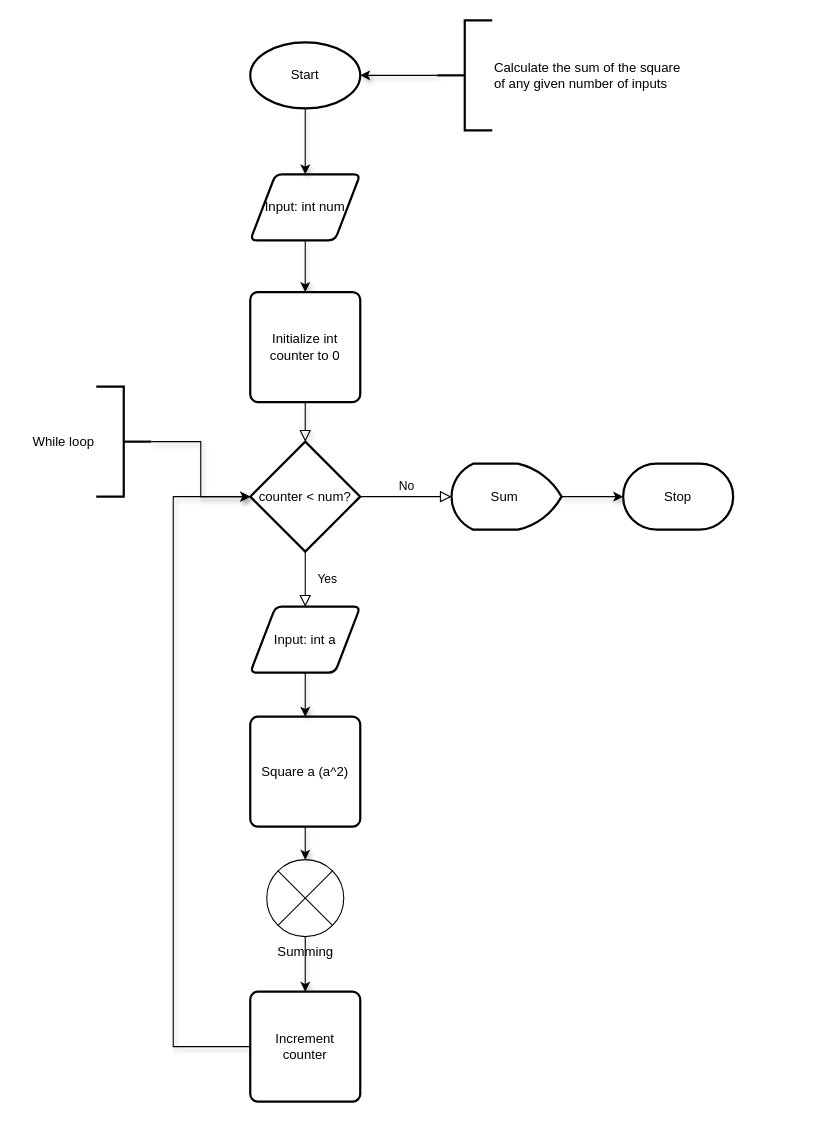
The draw.io diagram Sum of non-negative integers.drawio in Hershewajue/Algorithms, before the edit. Source tidied: cells renumbered, new cells numbered last; positions are measured from the earlier drawing's top-left corner, leaving out a move shared by most shapes. Both pictures are drawn from the tidied source at 110%, with x=0, y=0 at pixel (19, 20).
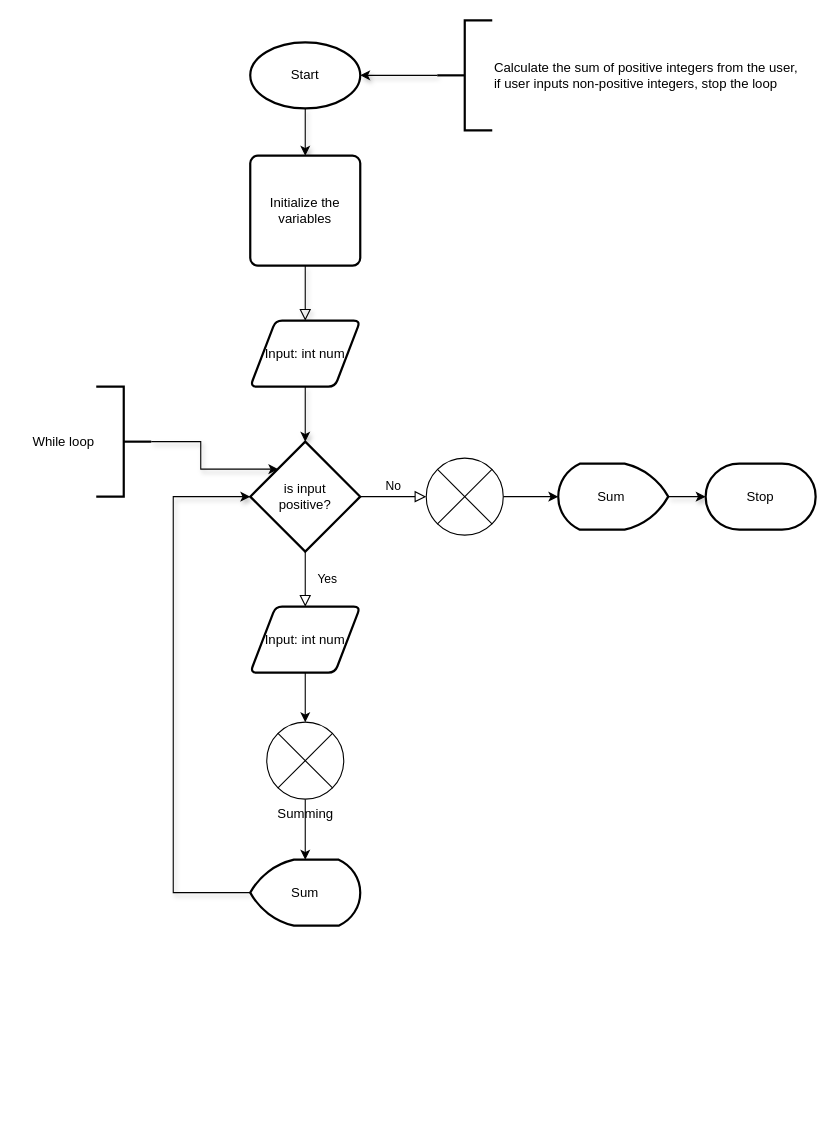
After the change.

Unchanged cells that the change refers to:
```xml
<mxCell id="10" style="strokeWidth=2;html=1;shape=mxgraph.flowchart.annotation_2;align=left;labelPosition=right;direction=west;" parent="1" vertex="1">
  <mxGeometry x="70" y="333" width="50" height="100" as="geometry" />
</mxCell>
<mxCell id="17" value="Start" style="strokeWidth=2;html=1;shape=mxgraph.flowchart.start_1;whiteSpace=wrap;" parent="1" vertex="1">
  <mxGeometry x="210" y="20" width="100" height="60" as="geometry" />
</mxCell>
```

Change to the diagram source:
```diff
@@
-    <mxCell id="2" style="rounded=0;html=1;jettySize=auto;fontSize=11;endArrow=block;endFill=0;endSize=8;strokeWidth=1;shadow=1;labelBackgroundColor=none;edgeStyle=orthogonalEdgeStyle;exitX=0.5;exitY=1;exitDx=0;exitDy=0;entryX=0.5;entryY=0;entryDx=0;entryDy=0;entryPerimeter=0;" parent="1" edge="1" source="20" target="23">
+    <mxCell id="2" style="rounded=0;html=1;jettySize=auto;fontSize=11;endArrow=block;endFill=0;endSize=8;strokeWidth=1;shadow=1;labelBackgroundColor=none;edgeStyle=orthogonalEdgeStyle;exitX=0.5;exitY=1;exitDx=0;exitDy=0;entryX=0.5;entryY=0;entryDx=0;entryDy=0;" parent="1" edge="1" source="20" target="12">
       <mxGeometry relative="1" as="geometry" />
     </mxCell>
-    <mxCell id="3" style="edgeStyle=orthogonalEdgeStyle;rounded=0;jettySize=auto;html=1;shadow=1;entryX=0.5;entryY=0;entryDx=0;entryDy=0;exitX=0.5;exitY=1;exitDx=0;exitDy=0;" parent="1" edge="1" source="12" target="20">
+    <mxCell id="3" style="edgeStyle=orthogonalEdgeStyle;rounded=0;jettySize=auto;html=1;shadow=1;entryX=0.5;entryY=0;entryDx=0;entryDy=0;exitX=0.5;exitY=1;exitDx=0;exitDy=0;entryPerimeter=0;" parent="1" edge="1" source="12" target="23">
       <mxGeometry relative="1" as="geometry" />
     </mxCell>
@@
-    <mxCell id="5" value="No" style="edgeStyle=orthogonalEdgeStyle;rounded=0;html=1;jettySize=auto;fontSize=11;endArrow=block;endFill=0;endSize=8;strokeWidth=1;shadow=0;labelBackgroundColor=none;exitX=1;exitY=0.5;exitDx=0;exitDy=0;exitPerimeter=0;entryX=1;entryY=0.5;entryDx=0;entryDy=0;entryPerimeter=0;" parent="1" edge="1" source="23" target="14">
-      <mxGeometry y="10" relative="1" as="geometry" />
-    </mxCell>
-    <mxCell id="6" style="endArrow=classic;html=1;rounded=0;shadow=1;entryX=0;entryY=0.5;entryDx=0;entryDy=0;exitX=0;exitY=0.5;exitDx=0;exitDy=0;" parent="1" edge="1" source="26">
+    <mxCell id="6" style="endArrow=classic;html=1;rounded=0;shadow=1;entryX=0;entryY=0.5;entryDx=0;entryDy=0;exitX=0;exitY=0.5;exitDx=0;exitDy=0;exitPerimeter=0;" parent="1" edge="1" source="29">
       <mxGeometry relative="1" as="geometry">
         <mxPoint x="210" y="433" as="targetPoint" />
         <Array as="points">
-          <mxPoint x="140" y="933" />
-          <mxPoint x="140" y="798" />
+          <mxPoint x="140" y="793" />
           <mxPoint x="140" y="433" />
         </Array>
       </mxGeometry>
     </mxCell>
@@
-    <mxCell id="8" value="Calculate the sum of the square &lt;br&gt;of any given number of inputs" style="strokeWidth=2;html=1;shape=mxgraph.flowchart.annotation_2;align=left;labelPosition=right;" parent="1" vertex="1">
+    <mxCell id="8" value="Calculate the sum of positive integers from the user,&lt;br&gt;if user inputs non-positive integers, stop the loop" style="strokeWidth=2;html=1;shape=mxgraph.flowchart.annotation_2;align=left;labelPosition=right;" parent="1" vertex="1">
       <mxGeometry x="380" width="50" height="100" as="geometry" />
     </mxCell>
-    <mxCell id="9" style="edgeStyle=orthogonalEdgeStyle;rounded=0;jettySize=auto;html=1;shadow=1;" parent="1" edge="1" source="10" target="23">
+    <mxCell id="9" style="edgeStyle=orthogonalEdgeStyle;rounded=0;jettySize=auto;html=1;shadow=1;entryX=0.255;entryY=0.25;entryDx=0;entryDy=0;entryPerimeter=0;" parent="1" edge="1" source="10" target="23">
       <mxGeometry relative="1" as="geometry" />
     </mxCell>
@@
     <mxCell id="12" value="Input: int num" style="shape=parallelogram;html=1;strokeWidth=2;perimeter=parallelogramPerimeter;whiteSpace=wrap;rounded=1;arcSize=12;size=0.23;" parent="1" vertex="1">
-      <mxGeometry x="210" y="140" width="100" height="60" as="geometry" />
+      <mxGeometry x="210" y="273" width="100" height="60" as="geometry" />
     </mxCell>
@@
     <mxCell id="14" value="Sum&amp;nbsp;" style="strokeWidth=2;html=1;shape=mxgraph.flowchart.display;whiteSpace=wrap;direction=west;" parent="1" vertex="1">
-      <mxGeometry x="393" y="403" width="100" height="60" as="geometry" />
+      <mxGeometry x="490" y="403" width="100" height="60" as="geometry" />
     </mxCell>
     <mxCell id="15" value="Stop" style="strokeWidth=2;html=1;shape=mxgraph.flowchart.terminator;whiteSpace=wrap;" parent="1" vertex="1">
-      <mxGeometry x="549" y="403" width="100" height="60" as="geometry" />
+      <mxGeometry x="624" y="403" width="100" height="60" as="geometry" />
     </mxCell>
-    <mxCell id="16" style="edgeStyle=orthogonalEdgeStyle;rounded=0;jettySize=auto;html=1;shadow=1;" parent="1" edge="1" source="17" target="12">
+    <mxCell id="16" style="edgeStyle=orthogonalEdgeStyle;rounded=0;jettySize=auto;html=1;shadow=1;entryX=0.5;entryY=0;entryDx=0;entryDy=0;" parent="1" edge="1" source="17" target="20">
       <mxGeometry relative="1" as="geometry" />
     </mxCell>
@@
-    <mxCell id="18" style="edgeStyle=orthogonalEdgeStyle;rounded=0;jettySize=auto;html=1;shadow=1;" parent="1" edge="1" source="19" target="26">
-      <mxGeometry relative="1" as="geometry" />
-    </mxCell>
+    <mxCell id="27" style="edgeStyle=orthogonalEdgeStyle;rounded=0;jettySize=auto;html=1;" parent="1" edge="1" source="19" target="29">
+      <mxGeometry relative="1" as="geometry" />
+    </mxCell>
     <mxCell id="19" value="Summing" style="verticalLabelPosition=bottom;verticalAlign=top;html=1;shape=mxgraph.flowchart.or;" parent="1" vertex="1">
-      <mxGeometry x="225" y="763" width="70" height="70" as="geometry" />
+      <mxGeometry x="225" y="638" width="70" height="70" as="geometry" />
     </mxCell>
-    <mxCell id="20" value="Initialize int counter to 0" style="rounded=1;whiteSpace=wrap;html=1;absoluteArcSize=1;arcSize=14;strokeWidth=2;" parent="1" vertex="1">
-      <mxGeometry x="210" y="247" width="100" height="100" as="geometry" />
+    <mxCell id="20" value="Initialize the&lt;br&gt;variables" style="rounded=1;whiteSpace=wrap;html=1;absoluteArcSize=1;arcSize=14;strokeWidth=2;" parent="1" vertex="1">
+      <mxGeometry x="210" y="123" width="100" height="100" as="geometry" />
     </mxCell>
-    <mxCell id="21" style="edgeStyle=orthogonalEdgeStyle;rounded=0;jettySize=auto;html=1;shadow=1;" parent="1" edge="1" source="22" target="19">
-      <mxGeometry relative="1" as="geometry" />
-    </mxCell>
-    <mxCell id="22" value="Square a (a^2)" style="rounded=1;whiteSpace=wrap;html=1;absoluteArcSize=1;arcSize=14;strokeWidth=2;" parent="1" vertex="1">
-      <mxGeometry x="210" y="633" width="100" height="100" as="geometry" />
-    </mxCell>
-    <mxCell id="23" value="counter &amp;lt; num?" style="strokeWidth=2;html=1;shape=mxgraph.flowchart.decision;whiteSpace=wrap;" parent="1" vertex="1">
+    <mxCell id="23" value="is input &lt;br&gt;positive?" style="strokeWidth=2;html=1;shape=mxgraph.flowchart.decision;whiteSpace=wrap;" parent="1" vertex="1">
       <mxGeometry x="210" y="383" width="100" height="100" as="geometry" />
     </mxCell>
-    <mxCell id="24" style="edgeStyle=orthogonalEdgeStyle;rounded=0;jettySize=auto;html=1;shadow=1;" parent="1" edge="1" source="25" target="22">
-      <mxGeometry relative="1" as="geometry" />
-    </mxCell>
+    <mxCell id="28" style="edgeStyle=orthogonalEdgeStyle;rounded=0;jettySize=auto;html=1;" parent="1" edge="1" source="25" target="19">
+      <mxGeometry relative="1" as="geometry" />
+    </mxCell>
-    <mxCell id="25" value="Input: int a" style="shape=parallelogram;html=1;strokeWidth=2;perimeter=parallelogramPerimeter;whiteSpace=wrap;rounded=1;arcSize=12;size=0.23;" parent="1" vertex="1">
+    <mxCell id="25" value="Input: int num" style="shape=parallelogram;html=1;strokeWidth=2;perimeter=parallelogramPerimeter;whiteSpace=wrap;rounded=1;arcSize=12;size=0.23;" parent="1" vertex="1">
       <mxGeometry x="210" y="533" width="100" height="60" as="geometry" />
     </mxCell>
-    <mxCell id="26" value="Increment &lt;br&gt;counter" style="rounded=1;whiteSpace=wrap;html=1;absoluteArcSize=1;arcSize=14;strokeWidth=2;" parent="1" vertex="1">
-      <mxGeometry x="210" y="883" width="100" height="100" as="geometry" />
-    </mxCell>
+    <mxCell id="29" value="Sum" style="strokeWidth=2;html=1;shape=mxgraph.flowchart.display;whiteSpace=wrap;direction=east;" parent="1" vertex="1">
+      <mxGeometry x="210" y="763" width="100" height="60" as="geometry" />
+    </mxCell>
+    <mxCell id="30" style="edgeStyle=orthogonalEdgeStyle;rounded=0;jettySize=auto;html=1;" parent="1" edge="1" source="31" target="14">
+      <mxGeometry relative="1" as="geometry" />
+    </mxCell>
+    <mxCell id="31" style="verticalLabelPosition=bottom;verticalAlign=top;html=1;shape=mxgraph.flowchart.or;" parent="1" vertex="1">
+      <mxGeometry x="370" y="398" width="70" height="70" as="geometry" />
+    </mxCell>
+    <mxCell id="5" value="No" style="edgeStyle=orthogonalEdgeStyle;rounded=0;html=1;jettySize=auto;fontSize=11;endArrow=block;endFill=0;endSize=8;strokeWidth=1;shadow=0;labelBackgroundColor=none;exitX=1;exitY=0.5;exitDx=0;exitDy=0;exitPerimeter=0;entryX=0;entryY=0.5;entryDx=0;entryDy=0;entryPerimeter=0;startArrow=none;" parent="1" edge="1" source="23" target="31">
+      <mxGeometry y="10" relative="1" as="geometry" />
+    </mxCell>
```
